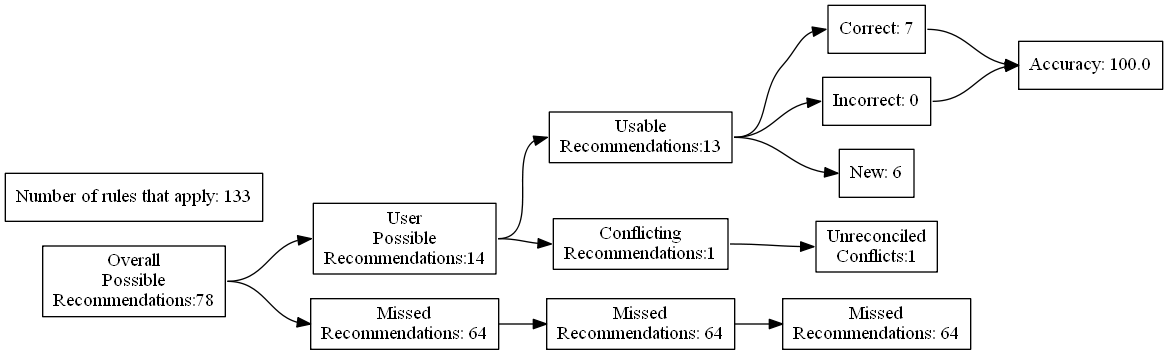
Earlier version of the Graphviz export test_renders/44.gv.png (ZaxR/ibd_diet_analysis). Its source is kept beside it as test_renders/44.gv.
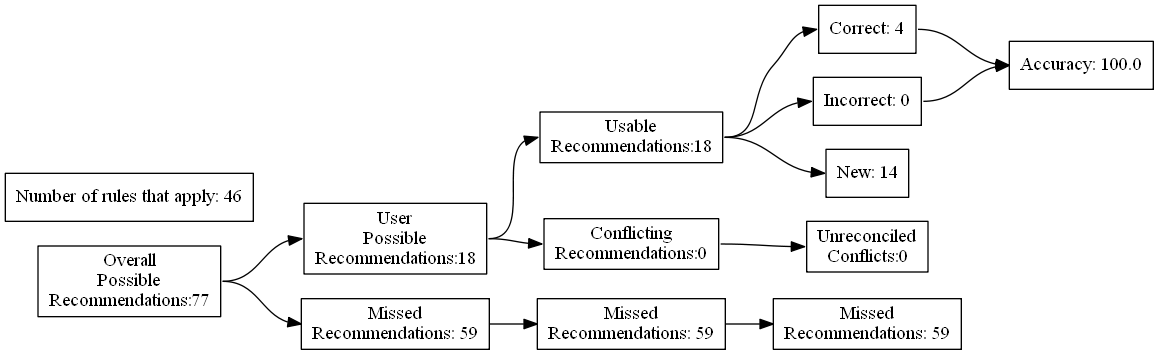
The same file after the commit.

What changed in the source:
```diff
@@ -4,27 +4,27 @@
 	edge [headport=w tailport=e]
 		A [label="Overall
 Possible
-Recommendations:78"]
+Recommendations:77"]
 		B [label="User
 Possible
-Recommendations:14"]
+Recommendations:18"]
 		C [label="Missed
-Recommendations: 64"]
+Recommendations: 59"]
 		D [label="Usable
-Recommendations:13"]
+Recommendations:18"]
 		E [label="Conflicting
-Recommendations:1"]
+Recommendations:0"]
 		J [label="Missed
-Recommendations: 64"]
+Recommendations: 59"]
 		M [label="Unreconciled
-Conflicts:1"]
-		F [label="Correct: 7"]
+Conflicts:0"]
+		F [label="Correct: 4"]
 		G [label="Incorrect: 0"]
-		H [label="New: 6"]
+		H [label="New: 14"]
 		K [label="Missed
-Recommendations: 64"]
+Recommendations: 59"]
 		I [label="Accuracy: 100.0"]
-		l [label="Number of rules that apply: 133"]
+		l [label="Number of rules that apply: 46"]
 			A -> B
 			A -> C
 			B -> D
```
